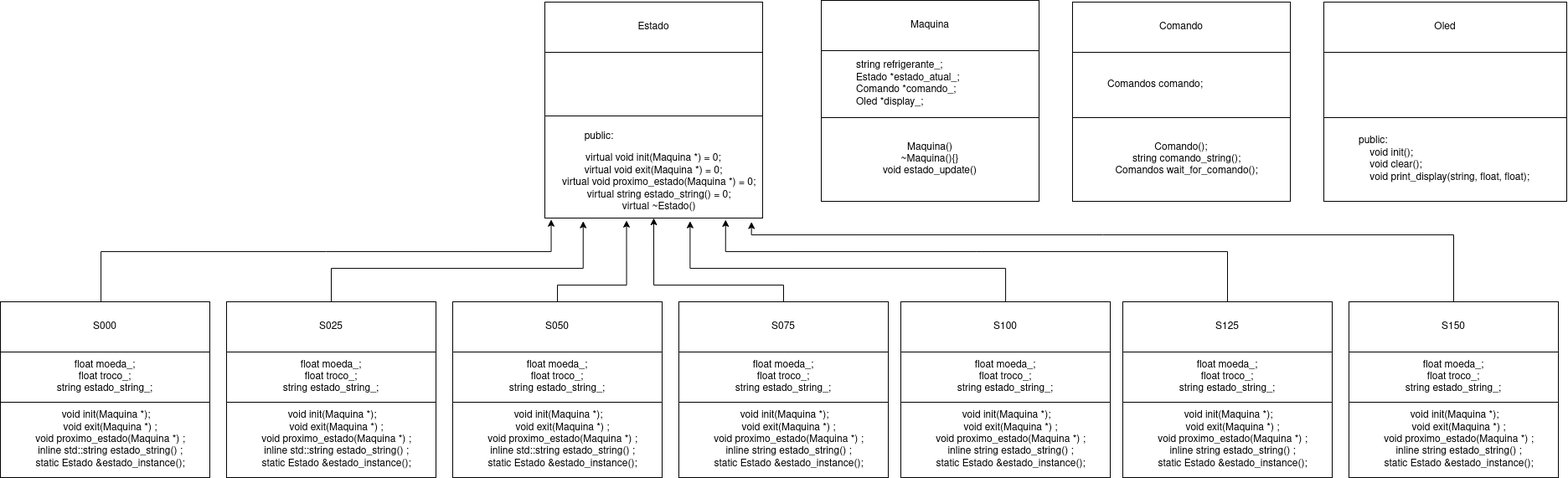
Earlier version of the draw.io export maquina de refrigerantes/doc/figures/diagrama_de_classes.png (rebeccaquintino/prog-embedded-system). Source tidied: cells renumbered, new cells last; positions are measured from the earlier drawing's top-left corner, leaving out a move shared by most shapes.
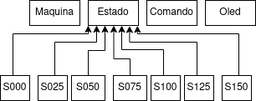
Later version of the same file.

Change to the diagram source:
```diff
@@ -2,164 +2,104 @@
   <root>
     <mxCell id="0" />
     <mxCell id="1" parent="0" />
-    <mxCell id="2" value="Estado" style="rounded=0;whiteSpace=wrap;html=1;" parent="1" vertex="1">
-      <mxGeometry x="650" y="2" width="260" height="60" as="geometry" />
+    <mxCell id="2" value="Maquina" style="text;html=1;strokeColor=default;fillColor=none;align=center;verticalAlign=middle;whiteSpace=wrap;rounded=0;" parent="1" vertex="1">
+      <mxGeometry x="900" y="140" width="60" height="30" as="geometry" />
     </mxCell>
-    <mxCell id="3" style="edgeStyle=orthogonalEdgeStyle;rounded=0;jettySize=auto;html=1;" parent="1" edge="1" source="4" target="5">
-      <mxGeometry relative="1" as="geometry" />
+    <mxCell id="3" value="Estado" style="text;html=1;align=center;verticalAlign=middle;whiteSpace=wrap;rounded=0;strokeColor=default;" parent="1" vertex="1">
+      <mxGeometry x="970" y="140" width="60" height="30" as="geometry" />
     </mxCell>
-    <mxCell id="4" style="rounded=0;whiteSpace=wrap;html=1;align=center;" parent="1" vertex="1">
-      <mxGeometry x="650" y="62" width="260" height="76" as="geometry" />
+    <mxCell id="4" value="Comando" style="text;html=1;strokeColor=default;fillColor=none;align=center;verticalAlign=middle;whiteSpace=wrap;rounded=0;" parent="1" vertex="1">
+      <mxGeometry x="1040" y="140" width="60" height="30" as="geometry" />
     </mxCell>
-    <mxCell id="5" value="&lt;div&gt;&lt;blockquote&gt;&lt;div align=&quot;left&quot;&gt;public:&lt;br&gt;&lt;/div&gt;&lt;/blockquote&gt;virtual void init(Maquina *) = 0;&lt;/div&gt;&lt;div&gt;virtual void exit(Maquina *) = 0;&lt;/div&gt;&amp;nbsp;&amp;nbsp;&amp;nbsp; virtual void proximo_estado(Maquina *) = 0;&lt;br&gt;&amp;nbsp;&amp;nbsp;&amp;nbsp; virtual string estado_string() = 0;&lt;br&gt;&amp;nbsp;&amp;nbsp;&amp;nbsp; virtual ~Estado()" style="rounded=0;whiteSpace=wrap;html=1;" parent="1" vertex="1">
-      <mxGeometry x="650" y="138" width="260" height="122" as="geometry" />
+    <mxCell id="5" value="Oled" style="text;html=1;strokeColor=default;fillColor=none;align=center;verticalAlign=middle;whiteSpace=wrap;rounded=0;" parent="1" vertex="1">
+      <mxGeometry x="1110" y="140" width="60" height="30" as="geometry" />
     </mxCell>
-    <mxCell id="6" value="Maquina" style="rounded=0;whiteSpace=wrap;html=1;" parent="1" vertex="1">
-      <mxGeometry x="980" width="260" height="60" as="geometry" />
+    <mxCell id="6" style="edgeStyle=orthogonalEdgeStyle;rounded=0;jettySize=auto;html=1;entryX=0;entryY=1;entryDx=0;entryDy=0;exitX=0.5;exitY=0;exitDx=0;exitDy=0;" parent="1" edge="1" source="7" target="3">
+      <mxGeometry relative="1" as="geometry">
+        <Array as="points">
+          <mxPoint x="880" y="230" />
+          <mxPoint x="880" y="180" />
+          <mxPoint x="970" y="180" />
+        </Array>
+      </mxGeometry>
     </mxCell>
-    <mxCell id="7" value="&lt;blockquote&gt;&lt;div align=&quot;left&quot;&gt;string refrigerante_;&lt;/div&gt;&lt;div align=&quot;left&quot;&gt;Estado *estado_atual_;&lt;br&gt;&lt;/div&gt;&lt;div align=&quot;left&quot;&gt;Comando *comando_;&lt;br&gt;Oled *display_;&lt;br&gt;&lt;/div&gt;&lt;/blockquote&gt;" style="rounded=0;whiteSpace=wrap;html=1;align=left;" parent="1" vertex="1">
-      <mxGeometry x="980" y="60" width="260" height="80" as="geometry" />
+    <mxCell id="7" value="S000" style="text;html=1;strokeColor=default;fillColor=none;align=center;verticalAlign=middle;whiteSpace=wrap;rounded=0;" parent="1" vertex="1">
+      <mxGeometry x="865" y="230" width="35" height="30" as="geometry" />
     </mxCell>
-    <mxCell id="8" value="&lt;div&gt;Maquina()&lt;/div&gt;&lt;div&gt;~Maquina(){}&lt;/div&gt;&lt;div&gt;void estado_update()&lt;br&gt;&lt;/div&gt;" style="rounded=0;whiteSpace=wrap;html=1;" parent="1" vertex="1">
-      <mxGeometry x="980" y="140" width="260" height="100" as="geometry" />
+    <mxCell id="8" style="edgeStyle=orthogonalEdgeStyle;rounded=0;jettySize=auto;html=1;entryX=0.25;entryY=1;entryDx=0;entryDy=0;exitX=0.5;exitY=0;exitDx=0;exitDy=0;" parent="1" edge="1" source="9">
+      <mxGeometry relative="1" as="geometry">
+        <mxPoint x="980" y="170" as="targetPoint" />
+        <Array as="points">
+          <mxPoint x="930" y="230" />
+          <mxPoint x="930" y="190" />
+          <mxPoint x="980" y="190" />
+        </Array>
+      </mxGeometry>
     </mxCell>
-    <mxCell id="9" value="Comando" style="rounded=0;whiteSpace=wrap;html=1;" parent="1" vertex="1">
-      <mxGeometry x="1280" y="2" width="260" height="60" as="geometry" />
+    <mxCell id="9" value="S025" style="text;html=1;strokeColor=default;fillColor=none;align=center;verticalAlign=middle;whiteSpace=wrap;rounded=0;" parent="1" vertex="1">
+      <mxGeometry x="910" y="230" width="35" height="30" as="geometry" />
     </mxCell>
-    <mxCell id="10" value="&lt;blockquote&gt;Comandos comando;&lt;/blockquote&gt;" style="rounded=0;whiteSpace=wrap;html=1;align=left;" parent="1" vertex="1">
-      <mxGeometry x="1280" y="62" width="260" height="78" as="geometry" />
+    <mxCell id="10" style="edgeStyle=orthogonalEdgeStyle;rounded=0;jettySize=auto;html=1;entryX=0.5;entryY=1;entryDx=0;entryDy=0;exitX=0.5;exitY=0;exitDx=0;exitDy=0;" parent="1" edge="1" source="11">
+      <mxGeometry relative="1" as="geometry">
+        <mxPoint x="990" y="170" as="targetPoint" />
+        <Array as="points">
+          <mxPoint x="970" y="200" />
+          <mxPoint x="990" y="200" />
+        </Array>
+      </mxGeometry>
     </mxCell>
-    <mxCell id="11" value="Comando();&lt;br&gt;&amp;nbsp;&amp;nbsp;&amp;nbsp; string comando_string();&lt;br&gt;&amp;nbsp;&amp;nbsp;&amp;nbsp; Comandos wait_for_comando();" style="rounded=0;whiteSpace=wrap;html=1;" parent="1" vertex="1">
-      <mxGeometry x="1280" y="140" width="260" height="100" as="geometry" />
+    <mxCell id="11" value="S050" style="text;html=1;strokeColor=default;fillColor=none;align=center;verticalAlign=middle;whiteSpace=wrap;rounded=0;" parent="1" vertex="1">
+      <mxGeometry x="950" y="230" width="40" height="30" as="geometry" />
     </mxCell>
-    <mxCell id="12" style="edgeStyle=orthogonalEdgeStyle;rounded=0;jettySize=auto;html=1;entryX=0.029;entryY=1.014;entryDx=0;entryDy=0;exitX=0.5;exitY=0;exitDx=0;exitDy=0;entryPerimeter=0;" parent="1" edge="1" source="13" target="5">
-      <mxGeometry relative="1" as="geometry">
-        <Array as="points">
-          <mxPoint x="120" y="360" />
-          <mxPoint x="120" y="300" />
-          <mxPoint x="658" y="300" />
-        </Array>
-      </mxGeometry>
+    <mxCell id="12" value="S075" style="text;html=1;strokeColor=default;fillColor=none;align=center;verticalAlign=middle;whiteSpace=wrap;rounded=0;" parent="1" vertex="1">
+      <mxGeometry x="1000" y="230" width="40" height="30" as="geometry" />
     </mxCell>
-    <mxCell id="13" value="S000" style="rounded=0;whiteSpace=wrap;html=1;" parent="1" vertex="1">
-      <mxGeometry y="360" width="250" height="60" as="geometry" />
+    <mxCell id="13" value="S100" style="text;html=1;strokeColor=default;fillColor=none;align=center;verticalAlign=middle;whiteSpace=wrap;rounded=0;" parent="1" vertex="1">
+      <mxGeometry x="1045" y="230" width="35" height="30" as="geometry" />
     </mxCell>
-    <mxCell id="14" value="Oled" style="rounded=0;whiteSpace=wrap;html=1;" parent="1" vertex="1">
-      <mxGeometry x="1580" y="2" width="290" height="60" as="geometry" />
+    <mxCell id="14" style="edgeStyle=orthogonalEdgeStyle;rounded=0;jettySize=auto;html=1;exitX=0.5;exitY=0;exitDx=0;exitDy=0;entryX=0.823;entryY=1.015;entryDx=0;entryDy=0;entryPerimeter=0;" parent="1" edge="1" source="15" target="3">
+      <mxGeometry relative="1" as="geometry">
+        <Array as="points">
+          <mxPoint x="1100" y="230" />
+          <mxPoint x="1100" y="190" />
+          <mxPoint x="1019" y="190" />
+        </Array>
+      </mxGeometry>
     </mxCell>
-    <mxCell id="15" style="rounded=0;whiteSpace=wrap;html=1;align=left;" parent="1" vertex="1">
-      <mxGeometry x="1580" y="62" width="290" height="78" as="geometry" />
+    <mxCell id="15" value="&lt;div&gt;S125&lt;/div&gt;" style="text;html=1;strokeColor=default;fillColor=none;align=center;verticalAlign=middle;whiteSpace=wrap;rounded=0;" parent="1" vertex="1">
+      <mxGeometry x="1085" y="230" width="35" height="30" as="geometry" />
     </mxCell>
-    <mxCell id="16" value="&lt;blockquote&gt;public:&lt;br&gt;&amp;nbsp;&amp;nbsp;&amp;nbsp; void init();&lt;br&gt;&amp;nbsp;&amp;nbsp;&amp;nbsp; void clear();&lt;br&gt;&amp;nbsp;&amp;nbsp;&amp;nbsp; void print_display(string, float, float);&lt;/blockquote&gt;" style="rounded=0;whiteSpace=wrap;html=1;align=left;" parent="1" vertex="1">
-      <mxGeometry x="1580" y="140" width="290" height="100" as="geometry" />
+    <mxCell id="16" value="&lt;div&gt;S150&lt;/div&gt;" style="text;html=1;strokeColor=default;fillColor=none;align=center;verticalAlign=middle;whiteSpace=wrap;rounded=0;" parent="1" vertex="1">
+      <mxGeometry x="1130" y="230" width="35" height="30" as="geometry" />
     </mxCell>
-    <mxCell id="17" value="&lt;div align=&quot;center&quot;&gt;float moeda_;&lt;/div&gt;&lt;div align=&quot;center&quot;&gt;float troco_;&lt;/div&gt;&lt;div align=&quot;center&quot;&gt;string estado_string_;&lt;/div&gt;" style="rounded=0;whiteSpace=wrap;html=1;align=center;" parent="1" vertex="1">
-      <mxGeometry y="420" width="250" height="60" as="geometry" />
+    <mxCell id="17" style="edgeStyle=orthogonalEdgeStyle;rounded=0;orthogonalLoop=1;jettySize=auto;html=1;entryX=0.683;entryY=1.048;entryDx=0;entryDy=0;entryPerimeter=0;" parent="1" edge="1">
+      <mxGeometry relative="1" as="geometry">
+        <mxPoint x="1020" y="230" as="sourcePoint" />
+        <mxPoint x="1000.5" y="170" as="targetPoint" />
+        <Array as="points">
+          <mxPoint x="1020" y="210" />
+          <mxPoint x="1001" y="210" />
+        </Array>
+      </mxGeometry>
     </mxCell>
-    <mxCell id="18" value="&amp;nbsp;void init(Maquina *);&lt;br&gt;&amp;nbsp;&amp;nbsp;&amp;nbsp; void exit(Maquina *) ;&lt;br&gt;&amp;nbsp;&amp;nbsp;&amp;nbsp; void proximo_estado(Maquina *) ;&lt;br&gt;&amp;nbsp;&amp;nbsp;&amp;nbsp; inline std::string estado_string() ;&lt;br&gt;&amp;nbsp;&amp;nbsp;&amp;nbsp; static Estado &amp;amp;estado_instance();" style="rounded=0;whiteSpace=wrap;html=1;" parent="1" vertex="1">
-      <mxGeometry y="480" width="250" height="90" as="geometry" />
+    <mxCell id="18" style="edgeStyle=orthogonalEdgeStyle;rounded=0;jettySize=auto;html=1;entryX=0.845;entryY=1.029;entryDx=0;entryDy=0;entryPerimeter=0;exitX=0.5;exitY=0;exitDx=0;exitDy=0;" parent="1" edge="1" source="13">
+      <mxGeometry relative="1" as="geometry">
+        <mxPoint x="1010" y="170" as="targetPoint" />
+        <Array as="points">
+          <mxPoint x="1060" y="230" />
+          <mxPoint x="1060" y="199" />
+          <mxPoint x="1010" y="199" />
+        </Array>
+      </mxGeometry>
     </mxCell>
-    <mxCell id="19" value="S025" style="rounded=0;whiteSpace=wrap;html=1;" parent="1" vertex="1">
-      <mxGeometry x="270" y="360" width="250" height="60" as="geometry" />
+    <mxCell id="19" style="edgeStyle=orthogonalEdgeStyle;rounded=0;jettySize=auto;html=1;entryX=0.98;entryY=1.009;entryDx=0;entryDy=0;entryPerimeter=0;exitX=0.5;exitY=0;exitDx=0;exitDy=0;" parent="1" edge="1" source="16" target="3">
+      <mxGeometry relative="1" as="geometry">
+        <Array as="points">
+          <mxPoint x="1150" y="230" />
+          <mxPoint x="1150" y="180" />
+          <mxPoint x="1029" y="180" />
+        </Array>
+      </mxGeometry>
     </mxCell>
-    <mxCell id="20" value="&lt;div align=&quot;center&quot;&gt;float moeda_;&lt;/div&gt;&lt;div align=&quot;center&quot;&gt;float troco_;&lt;/div&gt;&lt;div align=&quot;center&quot;&gt;string estado_string_;&lt;/div&gt;" style="rounded=0;whiteSpace=wrap;html=1;align=center;" parent="1" vertex="1">
-      <mxGeometry x="270" y="420" width="250" height="60" as="geometry" />
-    </mxCell>
-    <mxCell id="21" value="&amp;nbsp;void init(Maquina *);&lt;br&gt;&amp;nbsp;&amp;nbsp;&amp;nbsp; void exit(Maquina *) ;&lt;br&gt;&amp;nbsp;&amp;nbsp;&amp;nbsp; void proximo_estado(Maquina *) ;&lt;br&gt;&amp;nbsp;&amp;nbsp;&amp;nbsp; inline std::string estado_string() ;&lt;br&gt;&amp;nbsp;&amp;nbsp;&amp;nbsp; static Estado &amp;amp;estado_instance();" style="rounded=0;whiteSpace=wrap;html=1;" parent="1" vertex="1">
-      <mxGeometry x="270" y="480" width="250" height="90" as="geometry" />
-    </mxCell>
-    <mxCell id="22" value="S050" style="rounded=0;whiteSpace=wrap;html=1;" parent="1" vertex="1">
-      <mxGeometry x="540" y="360" width="250" height="60" as="geometry" />
-    </mxCell>
-    <mxCell id="23" value="&lt;div align=&quot;center&quot;&gt;float moeda_;&lt;/div&gt;&lt;div align=&quot;center&quot;&gt;float troco_;&lt;/div&gt;&lt;div align=&quot;center&quot;&gt;string estado_string_;&lt;/div&gt;" style="rounded=0;whiteSpace=wrap;html=1;align=center;" parent="1" vertex="1">
-      <mxGeometry x="540" y="420" width="250" height="60" as="geometry" />
-    </mxCell>
-    <mxCell id="24" value="&amp;nbsp;void init(Maquina *);&lt;br&gt;&amp;nbsp;&amp;nbsp;&amp;nbsp; void exit(Maquina *) ;&lt;br&gt;&amp;nbsp;&amp;nbsp;&amp;nbsp; void proximo_estado(Maquina *) ;&lt;br&gt;&amp;nbsp;&amp;nbsp;&amp;nbsp; inline std::string estado_string() ;&lt;br&gt;&amp;nbsp;&amp;nbsp;&amp;nbsp; static Estado &amp;amp;estado_instance();" style="rounded=0;whiteSpace=wrap;html=1;" parent="1" vertex="1">
-      <mxGeometry x="540" y="480" width="250" height="90" as="geometry" />
-    </mxCell>
-    <mxCell id="25" style="edgeStyle=orthogonalEdgeStyle;rounded=0;jettySize=auto;html=1;entryX=0.5;entryY=1;entryDx=0;entryDy=0;" parent="1" edge="1" source="26" target="5">
-      <mxGeometry relative="1" as="geometry">
-        <Array as="points">
-          <mxPoint x="935" y="340" />
-          <mxPoint x="780" y="340" />
-        </Array>
-      </mxGeometry>
-    </mxCell>
-    <mxCell id="26" value="S075" style="rounded=0;whiteSpace=wrap;html=1;" parent="1" vertex="1">
-      <mxGeometry x="810" y="360" width="250" height="60" as="geometry" />
-    </mxCell>
-    <mxCell id="27" value="&lt;div align=&quot;center&quot;&gt;float moeda_;&lt;/div&gt;&lt;div align=&quot;center&quot;&gt;float troco_;&lt;/div&gt;&lt;div align=&quot;center&quot;&gt;string estado_string_;&lt;/div&gt;" style="rounded=0;whiteSpace=wrap;html=1;align=center;" parent="1" vertex="1">
-      <mxGeometry x="810" y="420" width="250" height="60" as="geometry" />
-    </mxCell>
-    <mxCell id="28" value="&amp;nbsp;void init(Maquina *);&lt;br&gt;&amp;nbsp;&amp;nbsp;&amp;nbsp; void exit(Maquina *) ;&lt;br&gt;&amp;nbsp;&amp;nbsp;&amp;nbsp; void proximo_estado(Maquina *) ;&lt;br&gt;&amp;nbsp;&amp;nbsp;&amp;nbsp; inline string estado_string() ;&lt;br&gt;&amp;nbsp;&amp;nbsp;&amp;nbsp; static Estado &amp;amp;estado_instance();" style="rounded=0;whiteSpace=wrap;html=1;" parent="1" vertex="1">
-      <mxGeometry x="810" y="480" width="250" height="90" as="geometry" />
-    </mxCell>
-    <mxCell id="29" value="S100" style="rounded=0;whiteSpace=wrap;html=1;" parent="1" vertex="1">
-      <mxGeometry x="1075" y="360" width="250" height="60" as="geometry" />
-    </mxCell>
-    <mxCell id="30" value="&lt;div align=&quot;center&quot;&gt;float moeda_;&lt;/div&gt;&lt;div align=&quot;center&quot;&gt;float troco_;&lt;/div&gt;&lt;div align=&quot;center&quot;&gt;string estado_string_;&lt;/div&gt;" style="rounded=0;whiteSpace=wrap;html=1;align=center;" parent="1" vertex="1">
-      <mxGeometry x="1075" y="420" width="250" height="60" as="geometry" />
-    </mxCell>
-    <mxCell id="31" value="&amp;nbsp;void init(Maquina *);&lt;br&gt;&amp;nbsp;&amp;nbsp;&amp;nbsp; void exit(Maquina *) ;&lt;br&gt;&amp;nbsp;&amp;nbsp;&amp;nbsp; void proximo_estado(Maquina *) ;&lt;br&gt;&amp;nbsp;&amp;nbsp;&amp;nbsp; inline string estado_string() ;&lt;br&gt;&amp;nbsp;&amp;nbsp;&amp;nbsp; static Estado &amp;amp;estado_instance();" style="rounded=0;whiteSpace=wrap;html=1;" parent="1" vertex="1">
-      <mxGeometry x="1075" y="480" width="250" height="90" as="geometry" />
-    </mxCell>
-    <mxCell id="32" value="S125" style="rounded=0;whiteSpace=wrap;html=1;" parent="1" vertex="1">
-      <mxGeometry x="1340" y="360" width="250" height="60" as="geometry" />
-    </mxCell>
-    <mxCell id="33" value="&lt;div align=&quot;center&quot;&gt;float moeda_;&lt;/div&gt;&lt;div align=&quot;center&quot;&gt;float troco_;&lt;/div&gt;&lt;div align=&quot;center&quot;&gt;string estado_string_;&lt;/div&gt;" style="rounded=0;whiteSpace=wrap;html=1;align=center;" parent="1" vertex="1">
-      <mxGeometry x="1340" y="420" width="250" height="60" as="geometry" />
-    </mxCell>
-    <mxCell id="34" value="&amp;nbsp;void init(Maquina *);&lt;br&gt;&amp;nbsp;&amp;nbsp;&amp;nbsp; void exit(Maquina *) ;&lt;br&gt;&amp;nbsp;&amp;nbsp;&amp;nbsp; void proximo_estado(Maquina *) ;&lt;br&gt;&amp;nbsp;&amp;nbsp;&amp;nbsp; inline string estado_string() ;&lt;br&gt;&amp;nbsp;&amp;nbsp;&amp;nbsp; static Estado &amp;amp;estado_instance();" style="rounded=0;whiteSpace=wrap;html=1;" parent="1" vertex="1">
-      <mxGeometry x="1340" y="480" width="250" height="90" as="geometry" />
-    </mxCell>
-    <mxCell id="35" value="S150" style="rounded=0;whiteSpace=wrap;html=1;" parent="1" vertex="1">
-      <mxGeometry x="1610" y="360" width="250" height="60" as="geometry" />
-    </mxCell>
-    <mxCell id="36" value="&lt;div align=&quot;center&quot;&gt;float moeda_;&lt;/div&gt;&lt;div align=&quot;center&quot;&gt;float troco_;&lt;/div&gt;&lt;div align=&quot;center&quot;&gt;string estado_string_;&lt;/div&gt;" style="rounded=0;whiteSpace=wrap;html=1;align=center;" parent="1" vertex="1">
-      <mxGeometry x="1610" y="420" width="250" height="60" as="geometry" />
-    </mxCell>
-    <mxCell id="37" value="&amp;nbsp;void init(Maquina *);&lt;br&gt;&amp;nbsp;&amp;nbsp;&amp;nbsp; void exit(Maquina *) ;&lt;br&gt;&amp;nbsp;&amp;nbsp;&amp;nbsp; void proximo_estado(Maquina *) ;&lt;br&gt;&amp;nbsp;&amp;nbsp;&amp;nbsp; inline string estado_string() ;&lt;br&gt;&amp;nbsp;&amp;nbsp;&amp;nbsp; static Estado &amp;amp;estado_instance();" style="rounded=0;whiteSpace=wrap;html=1;" parent="1" vertex="1">
-      <mxGeometry x="1610" y="480" width="250" height="90" as="geometry" />
-    </mxCell>
-    <mxCell id="38" style="edgeStyle=orthogonalEdgeStyle;rounded=0;jettySize=auto;html=1;entryX=0.176;entryY=1.03;entryDx=0;entryDy=0;entryPerimeter=0;" parent="1" edge="1" source="19" target="5">
-      <mxGeometry relative="1" as="geometry">
-        <Array as="points">
-          <mxPoint x="395" y="320" />
-          <mxPoint x="696" y="320" />
-        </Array>
-      </mxGeometry>
-    </mxCell>
-    <mxCell id="39" style="edgeStyle=orthogonalEdgeStyle;rounded=0;jettySize=auto;html=1;entryX=0.375;entryY=1.023;entryDx=0;entryDy=0;entryPerimeter=0;" parent="1" edge="1" source="22" target="5">
-      <mxGeometry relative="1" as="geometry">
-        <Array as="points">
-          <mxPoint x="665" y="340" />
-          <mxPoint x="748" y="340" />
-        </Array>
-      </mxGeometry>
-    </mxCell>
-    <mxCell id="40" style="edgeStyle=orthogonalEdgeStyle;rounded=0;jettySize=auto;html=1;entryX=0.667;entryY=1.03;entryDx=0;entryDy=0;entryPerimeter=0;" parent="1" edge="1" source="29" target="5">
-      <mxGeometry relative="1" as="geometry">
-        <Array as="points">
-          <mxPoint x="1200" y="320" />
-          <mxPoint x="823" y="320" />
-        </Array>
-      </mxGeometry>
-    </mxCell>
-    <mxCell id="41" style="edgeStyle=orthogonalEdgeStyle;rounded=0;jettySize=auto;html=1;entryX=0.83;entryY=1.016;entryDx=0;entryDy=0;entryPerimeter=0;" parent="1" edge="1" source="32" target="5">
-      <mxGeometry relative="1" as="geometry">
-        <Array as="points">
-          <mxPoint x="1465" y="300" />
-          <mxPoint x="866" y="300" />
-        </Array>
-      </mxGeometry>
-    </mxCell>
-    <mxCell id="42" style="edgeStyle=orthogonalEdgeStyle;rounded=0;jettySize=auto;html=1;entryX=0.949;entryY=1.037;entryDx=0;entryDy=0;entryPerimeter=0;" parent="1" edge="1" source="35" target="5">
-      <mxGeometry relative="1" as="geometry">
-        <Array as="points">
-          <mxPoint x="1735" y="280" />
-          <mxPoint x="897" y="280" />
-        </Array>
-      </mxGeometry>
-    </mxCell>
   </root>
 </mxGraphModel>
```
